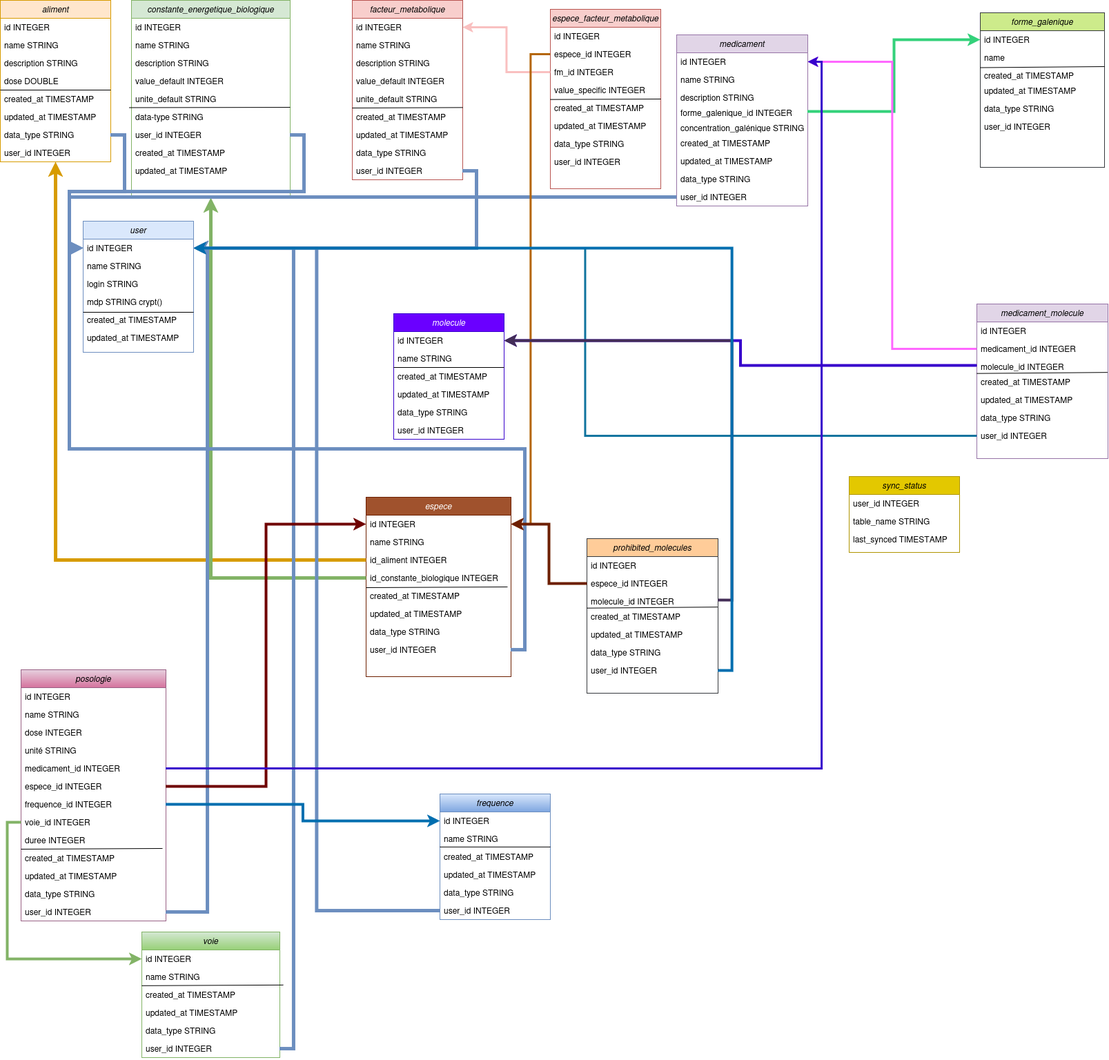
This is Bourgelab.drawio.png from adrienCaminade/adrienCaminade, a draw.io export, as it was before one commit. Source tidied: cells renumbered, new cells last; positions are measured from the earlier drawing's top-left corner, leaving out a move shared by most shapes.
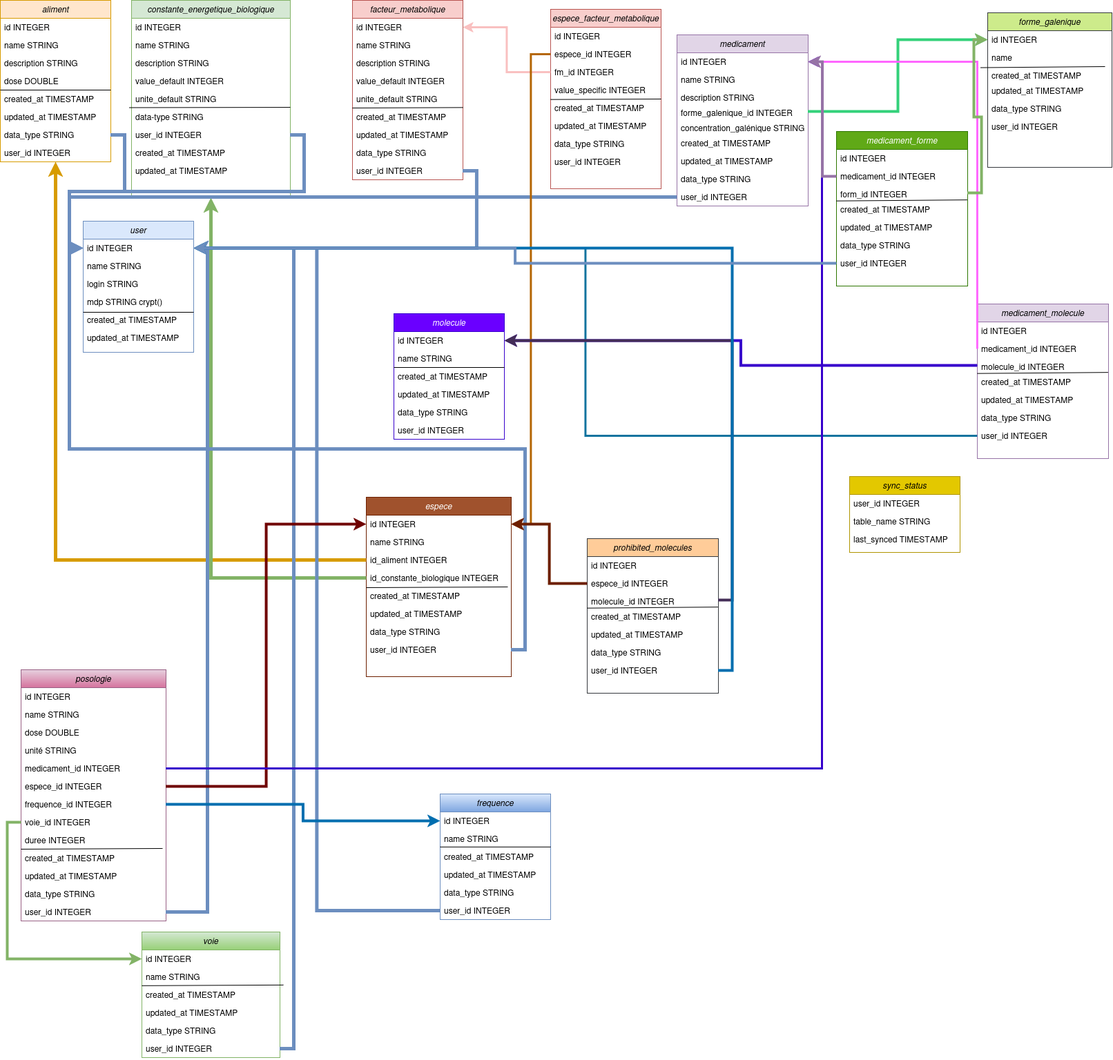
After the change.

The edit, as a diff of the source:
```diff
@@ -296,7 +296,7 @@
     <mxCell id="92" value="name STRING" style="text;align=left;verticalAlign=top;spacingLeft=4;spacingRight=4;overflow=hidden;rounded=0;shadow=0;html=0;" parent="90" vertex="1">
       <mxGeometry y="52" width="210" height="26" as="geometry" />
     </mxCell>
-    <mxCell id="93" value="dose INTEGER" style="text;align=left;verticalAlign=top;spacingLeft=4;spacingRight=4;overflow=hidden;rounded=0;shadow=0;html=0;" parent="90" vertex="1">
+    <mxCell id="93" value="dose DOUBLE" style="text;align=left;verticalAlign=top;spacingLeft=4;spacingRight=4;overflow=hidden;rounded=0;shadow=0;html=0;" parent="90" vertex="1">
       <mxGeometry y="78" width="210" height="26" as="geometry" />
     </mxCell>
     <mxCell id="94" value="unité STRING" style="text;align=left;verticalAlign=top;spacingLeft=4;spacingRight=4;overflow=hidden;rounded=0;shadow=0;html=0;" parent="90" vertex="1">
@@ -434,7 +434,7 @@
       <mxGeometry y="178" width="190" height="26" as="geometry" />
     </mxCell>
     <mxCell id="135" value="forme_galenique" style="swimlane;fontStyle=2;align=center;verticalAlign=top;horizontal=1;startSize=26;rounded=0;shadow=0;strokeWidth=1;fillColor=#cdeb8b;strokeColor=#36393d;" parent="1" vertex="1">
-      <mxGeometry x="1420" y="18" width="180" height="224" as="geometry" />
+      <mxGeometry x="1430" y="18" width="180" height="224" as="geometry" />
     </mxCell>
     <mxCell id="136" value="id INTEGER" style="text;align=left;verticalAlign=top;spacingLeft=4;spacingRight=4;overflow=hidden;points=[[0,0.5],[1,0.5]];portConstraint=eastwest;" parent="135" vertex="1">
       <mxGeometry y="26" width="180" height="26" as="geometry" />
@@ -464,7 +464,11 @@
       <mxGeometry relative="1" as="geometry" />
     </mxCell>
     <mxCell id="144" style="edgeStyle=orthogonalEdgeStyle;rounded=0;jettySize=auto;html=1;exitX=0;exitY=0.5;exitDx=0;exitDy=0;entryX=1;entryY=0.5;entryDx=0;entryDy=0;strokeColor=#FF66FF;strokeWidth=3;" parent="1" edge="1" source="128" target="45">
-      <mxGeometry relative="1" as="geometry" />
+      <mxGeometry relative="1" as="geometry">
+        <Array as="points">
+          <mxPoint x="1415" y="89" />
+        </Array>
+      </mxGeometry>
     </mxCell>
     <mxCell id="145" style="edgeStyle=orthogonalEdgeStyle;rounded=0;jettySize=auto;html=1;exitX=0;exitY=0.5;exitDx=0;exitDy=0;entryX=1;entryY=0.5;entryDx=0;entryDy=0;fillColor=#6a00ff;strokeColor=#3700CC;strokeWidth=4;" parent="1" edge="1" source="129" target="74">
       <mxGeometry relative="1" as="geometry" />
@@ -525,5 +529,43 @@
     <mxCell id="163" style="edgeStyle=orthogonalEdgeStyle;rounded=0;jettySize=auto;html=1;exitX=1;exitY=0.5;exitDx=0;exitDy=0;entryX=1;entryY=0.5;entryDx=0;entryDy=0;fillColor=#1ba1e2;strokeColor=#006EAF;strokeWidth=4;" parent="1" edge="1" source="160" target="57">
       <mxGeometry relative="1" as="geometry" />
     </mxCell>
+    <mxCell id="164" value="medicament_forme" style="swimlane;fontStyle=2;align=center;verticalAlign=top;horizontal=1;startSize=26;rounded=0;shadow=0;strokeWidth=1;fillColor=#60a917;strokeColor=#2D7600;fontColor=#ffffff;" parent="1" vertex="1">
+      <mxGeometry x="1211" y="190" width="190" height="224" as="geometry" />
+    </mxCell>
+    <mxCell id="165" value="id INTEGER" style="text;align=left;verticalAlign=top;spacingLeft=4;spacingRight=4;overflow=hidden;" parent="164" vertex="1">
+      <mxGeometry y="26" width="190" height="26" as="geometry" />
+    </mxCell>
+    <mxCell id="166" value="medicament_id INTEGER" style="text;align=left;verticalAlign=top;spacingLeft=4;spacingRight=4;overflow=hidden;points=[[0,0.5],[1,0.5]];portConstraint=eastwest;rounded=0;shadow=0;html=0;" parent="164" vertex="1">
+      <mxGeometry y="52" width="190" height="26" as="geometry" />
+    </mxCell>
+    <mxCell id="167" value="form_id INTEGER" style="text;align=left;verticalAlign=top;spacingLeft=4;spacingRight=4;overflow=hidden;points=[[0,0.5],[1,0.5]];portConstraint=eastwest;rounded=0;shadow=0;html=0;" parent="164" vertex="1">
+      <mxGeometry y="78" width="190" height="22" as="geometry" />
+    </mxCell>
+    <mxCell id="168" style="endArrow=none;html=1;rounded=0;entryX=0.996;entryY=0.962;entryDx=0;entryDy=0;entryPerimeter=0;" parent="164" edge="1" target="167">
+      <mxGeometry relative="1" as="geometry">
+        <mxPoint y="100.7" as="sourcePoint" />
+      </mxGeometry>
+    </mxCell>
+    <mxCell id="169" value="created_at TIMESTAMP" style="text;align=left;verticalAlign=top;spacingLeft=4;spacingRight=4;overflow=hidden;rounded=0;shadow=0;html=0;" parent="164" vertex="1">
+      <mxGeometry y="100" width="190" height="26" as="geometry" />
+    </mxCell>
+    <mxCell id="170" value="updated_at TIMESTAMP" style="text;align=left;verticalAlign=top;spacingLeft=4;spacingRight=4;overflow=hidden;rounded=0;shadow=0;html=0;" parent="164" vertex="1">
+      <mxGeometry y="126" width="190" height="26" as="geometry" />
+    </mxCell>
+    <mxCell id="171" value="data_type STRING" style="text;align=left;verticalAlign=top;spacingLeft=4;spacingRight=4;overflow=hidden;rounded=0;shadow=0;html=0;" parent="164" vertex="1">
+      <mxGeometry y="152" width="190" height="26" as="geometry" />
+    </mxCell>
+    <mxCell id="172" value="user_id INTEGER" style="text;align=left;verticalAlign=top;spacingLeft=4;spacingRight=4;overflow=hidden;points=[[0,0.5],[1,0.5]];portConstraint=eastwest;rounded=0;shadow=0;html=0;" parent="164" vertex="1">
+      <mxGeometry y="178" width="190" height="26" as="geometry" />
+    </mxCell>
+    <mxCell id="173" style="edgeStyle=orthogonalEdgeStyle;rounded=0;jettySize=auto;html=1;exitX=0;exitY=0.5;exitDx=0;exitDy=0;entryX=1;entryY=0.5;entryDx=0;entryDy=0;fillColor=#e1d5e7;strokeColor=#9673a6;strokeWidth=4;" parent="1" edge="1" source="166" target="45">
+      <mxGeometry relative="1" as="geometry" />
+    </mxCell>
+    <mxCell id="174" style="edgeStyle=orthogonalEdgeStyle;rounded=0;jettySize=auto;html=1;exitX=1;exitY=0.5;exitDx=0;exitDy=0;entryX=0;entryY=0.5;entryDx=0;entryDy=0;fillColor=#d5e8d4;strokeColor=#82b366;strokeWidth=4;" parent="1" edge="1" source="167" target="136">
+      <mxGeometry relative="1" as="geometry" />
+    </mxCell>
+    <mxCell id="175" style="edgeStyle=orthogonalEdgeStyle;rounded=0;jettySize=auto;html=1;exitX=0;exitY=0.5;exitDx=0;exitDy=0;entryX=1;entryY=0.5;entryDx=0;entryDy=0;fillColor=#dae8fc;strokeColor=#6c8ebf;strokeWidth=4;" parent="1" edge="1" source="172" target="57">
+      <mxGeometry relative="1" as="geometry" />
+    </mxCell>
   </root>
 </mxGraphModel>
```
